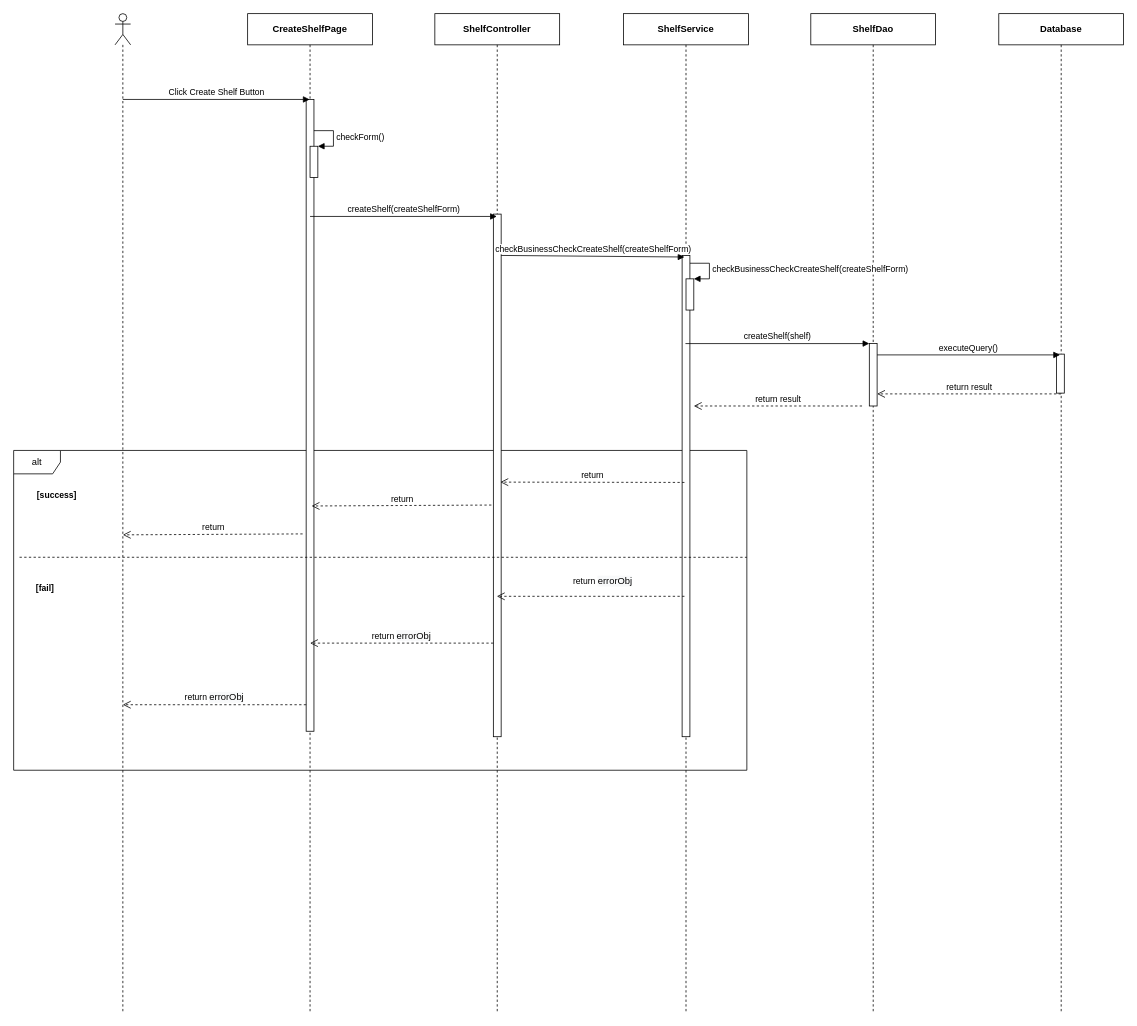
Before: 0. Create/Sequece/sc02/SC0202_CreateShelf.drawio in luannmdev/CapstoneDocument, a draw.io diagram. Source tidied: cells renumbered, new cells numbered last; positions are measured from the earlier drawing's top-left corner, leaving out a move shared by most shapes. Both pictures are drawn from the tidied source at 78%, with x=0, y=0 at pixel (13, 13).
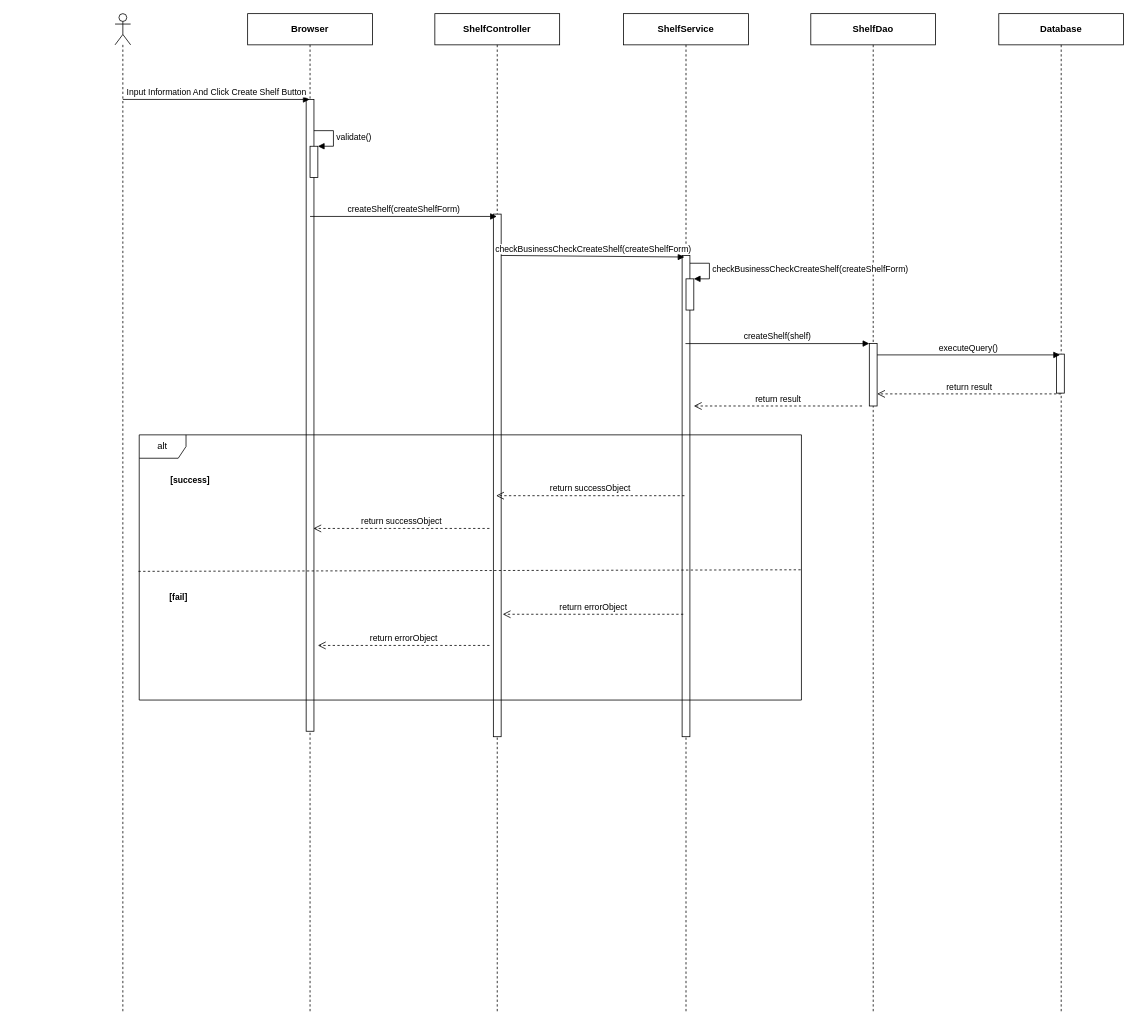
After the change.

The change refers to these unchanged cells:
```xml
<mxCell id="19" style="html=1;points=[];perimeter=orthogonalPerimeter;" parent="1" vertex="1">
  <mxGeometry x="380" y="170" width="10" height="40" as="geometry" />
</mxCell>
```

Diff of the diagram source:
```diff
@@
-    <mxCell id="2" value="alt" style="shape=umlFrame;whiteSpace=wrap;html=1;" parent="1" vertex="1">
-      <mxGeometry y="560" width="940" height="410" as="geometry" />
-    </mxCell>
@@
-    <mxCell id="4" value="&lt;b&gt;CreateShelfPage&lt;/b&gt;" style="shape=umlLifeline;perimeter=lifelinePerimeter;whiteSpace=wrap;html=1;outlineConnect=0;" parent="1" vertex="1">
+    <mxCell id="4" value="&lt;b&gt;Browser&lt;/b&gt;" style="shape=umlLifeline;perimeter=lifelinePerimeter;whiteSpace=wrap;html=1;outlineConnect=0;" parent="1" vertex="1">
       <mxGeometry x="300" width="160" height="1280" as="geometry" />
     </mxCell>
@@
-    <mxCell id="11" value="Click Create Shelf Button" style="html=1;verticalAlign=bottom;endArrow=block;" parent="1" edge="1" target="4">
+    <mxCell id="11" value="Input Information And Click Create Shelf Button" style="html=1;verticalAlign=bottom;endArrow=block;" parent="1" edge="1" target="4">
       <mxGeometry relative="1" as="geometry">
         <mxPoint x="140" y="110" as="sourcePoint" />
       </mxGeometry>
     </mxCell>
@@
-    <mxCell id="20" value="checkForm()" style="edgeStyle=orthogonalEdgeStyle;html=1;align=left;spacingLeft=2;endArrow=block;rounded=0;entryX=1;entryY=0;" parent="1" edge="1" target="19">
+    <mxCell id="20" value="validate()" style="edgeStyle=orthogonalEdgeStyle;html=1;align=left;spacingLeft=2;endArrow=block;rounded=0;entryX=1;entryY=0;" parent="1" edge="1" target="19">
       <mxGeometry relative="1" as="geometry">
         <mxPoint x="385" y="150" as="sourcePoint" />
         <Array as="points">
           <mxPoint x="410" y="150" />
         </Array>
       </mxGeometry>
     </mxCell>
-    <mxCell id="21" value="return&amp;nbsp;&lt;span style=&quot;font-size: 12px ; background-color: rgb(248 , 249 , 250)&quot;&gt;errorObj&lt;/span&gt;" style="html=1;verticalAlign=bottom;endArrow=open;dashed=1;endSize=8;" parent="1" edge="1">
-      <mxGeometry x="-0.13" y="-10" relative="1" as="geometry">
-        <mxPoint x="860" y="747" as="sourcePoint" />
-        <mxPoint x="619.5" y="747" as="targetPoint" />
-      </mxGeometry>
-    </mxCell>
-    <mxCell id="22" value="return" style="html=1;verticalAlign=bottom;endArrow=open;dashed=1;endSize=8;entryX=1;entryY=0.749;entryDx=0;entryDy=0;entryPerimeter=0;" parent="1" edge="1">
-      <mxGeometry relative="1" as="geometry">
-        <mxPoint x="860" y="601" as="sourcePoint" />
-        <mxPoint x="624" y="600.6" as="targetPoint" />
-      </mxGeometry>
-    </mxCell>
-    <mxCell id="23" value="return" style="html=1;verticalAlign=bottom;endArrow=open;dashed=1;endSize=8;exitX=-0.2;exitY=0.747;entryX=1;entryY=0.749;entryDx=0;entryDy=0;entryPerimeter=0;exitDx=0;exitDy=0;exitPerimeter=0;" parent="1" edge="1">
-      <mxGeometry relative="1" as="geometry">
-        <mxPoint x="612.5" y="630" as="sourcePoint" />
-        <mxPoint x="382" y="631.2" as="targetPoint" />
-      </mxGeometry>
-    </mxCell>
@@
+    <mxCell id="2" value="alt" style="shape=umlFrame;whiteSpace=wrap;html=1;" parent="1" vertex="1">
+      <mxGeometry x="161" y="540" width="849" height="340" as="geometry" />
+    </mxCell>
     <mxCell id="28" value="&lt;span style=&quot;font-size: 11px ; background-color: rgb(255 , 255 , 255)&quot;&gt;&lt;b&gt;[success]&lt;/b&gt;&lt;/span&gt;" style="text;html=1;align=center;verticalAlign=middle;" parent="1" vertex="1">
-      <mxGeometry x="20" y="607" width="70" height="20" as="geometry" />
+      <mxGeometry x="191" y="588" width="70" height="20" as="geometry" />
     </mxCell>
     <mxCell id="29" value="&lt;span style=&quot;font-size: 11px ; background-color: rgb(255 , 255 , 255)&quot;&gt;&lt;b&gt;[fail]&lt;/b&gt;&lt;/span&gt;" style="text;html=1;align=center;verticalAlign=middle;" parent="1" vertex="1">
-      <mxGeometry x="20" y="727" width="40" height="20" as="geometry" />
+      <mxGeometry x="191" y="738" width="40" height="20" as="geometry" />
     </mxCell>
-    <mxCell id="30" value="return&amp;nbsp;&lt;span style=&quot;font-size: 12px ; background-color: rgb(248 , 249 , 250)&quot;&gt;errorObj&lt;/span&gt;" style="html=1;verticalAlign=bottom;endArrow=open;dashed=1;endSize=8;" parent="1" edge="1">
-      <mxGeometry relative="1" as="geometry">
-        <mxPoint x="615" y="807" as="sourcePoint" />
-        <mxPoint x="380" y="807" as="targetPoint" />
-      </mxGeometry>
-    </mxCell>
-    <mxCell id="31" value="return" style="html=1;verticalAlign=bottom;endArrow=open;dashed=1;endSize=8;exitX=-0.2;exitY=0.747;entryX=1;entryY=0.749;entryDx=0;entryDy=0;entryPerimeter=0;exitDx=0;exitDy=0;exitPerimeter=0;" parent="1" edge="1">
-      <mxGeometry relative="1" as="geometry">
-        <mxPoint x="370.5" y="667" as="sourcePoint" />
-        <mxPoint x="140" y="668.2" as="targetPoint" />
-      </mxGeometry>
-    </mxCell>
-    <mxCell id="32" value="return&amp;nbsp;&lt;span style=&quot;font-size: 12px ; background-color: rgb(248 , 249 , 250)&quot;&gt;errorObj&lt;/span&gt;" style="html=1;verticalAlign=bottom;endArrow=open;dashed=1;endSize=8;" parent="1" edge="1">
-      <mxGeometry relative="1" as="geometry">
-        <mxPoint x="375" y="886" as="sourcePoint" />
-        <mxPoint x="140" y="886" as="targetPoint" />
-      </mxGeometry>
-    </mxCell>
-    <mxCell id="33" style="endArrow=none;dashed=1;html=1;exitX=0.008;exitY=0.334;exitDx=0;exitDy=0;exitPerimeter=0;" parent="1" edge="1" source="2">
-      <mxGeometry relative="1" as="geometry">
-        <mxPoint x="940" y="697" as="targetPoint" />
-      </mxGeometry>
-    </mxCell>
+    <mxCell id="34" value="return errorObject" style="html=1;verticalAlign=bottom;endArrow=open;dashed=1;endSize=8;" parent="1" edge="1">
+      <mxGeometry relative="1" as="geometry">
+        <mxPoint x="610" y="810" as="sourcePoint" />
+        <mxPoint x="390" y="810" as="targetPoint" />
+      </mxGeometry>
+    </mxCell>
+    <mxCell id="35" value="return successObject" style="html=1;verticalAlign=bottom;endArrow=open;dashed=1;endSize=8;" parent="1" edge="1">
+      <mxGeometry relative="1" as="geometry">
+        <mxPoint x="610" y="660" as="sourcePoint" />
+        <mxPoint x="384.2" y="660" as="targetPoint" />
+      </mxGeometry>
+    </mxCell>
+    <mxCell id="36" value="return successObject" style="html=1;verticalAlign=bottom;endArrow=open;dashed=1;endSize=8;" parent="1" edge="1">
+      <mxGeometry relative="1" as="geometry">
+        <mxPoint x="860" y="618" as="sourcePoint" />
+        <mxPoint x="618.5" y="618" as="targetPoint" />
+      </mxGeometry>
+    </mxCell>
+    <mxCell id="37" value="return errorObject" style="html=1;verticalAlign=bottom;endArrow=open;dashed=1;endSize=8;" parent="1" edge="1">
+      <mxGeometry relative="1" as="geometry">
+        <mxPoint x="858.5" y="770" as="sourcePoint" />
+        <mxPoint x="627" y="770" as="targetPoint" />
+      </mxGeometry>
+    </mxCell>
+    <mxCell id="38" style="endArrow=none;dashed=1;html=1;exitX=-0.001;exitY=0.303;exitDx=0;exitDy=0;exitPerimeter=0;" parent="1" edge="1">
+      <mxGeometry relative="1" as="geometry">
+        <mxPoint x="160" y="715" as="sourcePoint" />
+        <mxPoint x="1010" y="713" as="targetPoint" />
+      </mxGeometry>
+    </mxCell>
```
